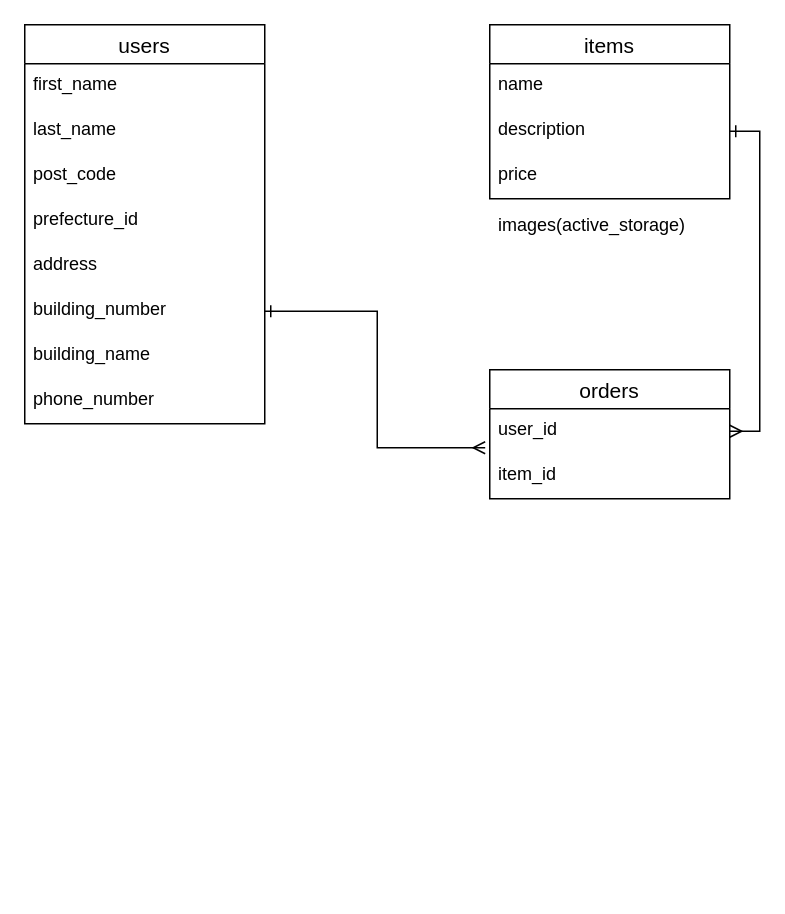
hikaruuuuuu/okurumi-shop keeps this draw.io diagram as db.dio. Above is the earlier version. Source tidied: cells renumbered, new cells numbered last; positions are measured from the earlier drawing's top-left corner, leaving out a move shared by most shapes. Both pictures are drawn from the tidied source at 150%, with x=0, y=0 at pixel (24, 24).
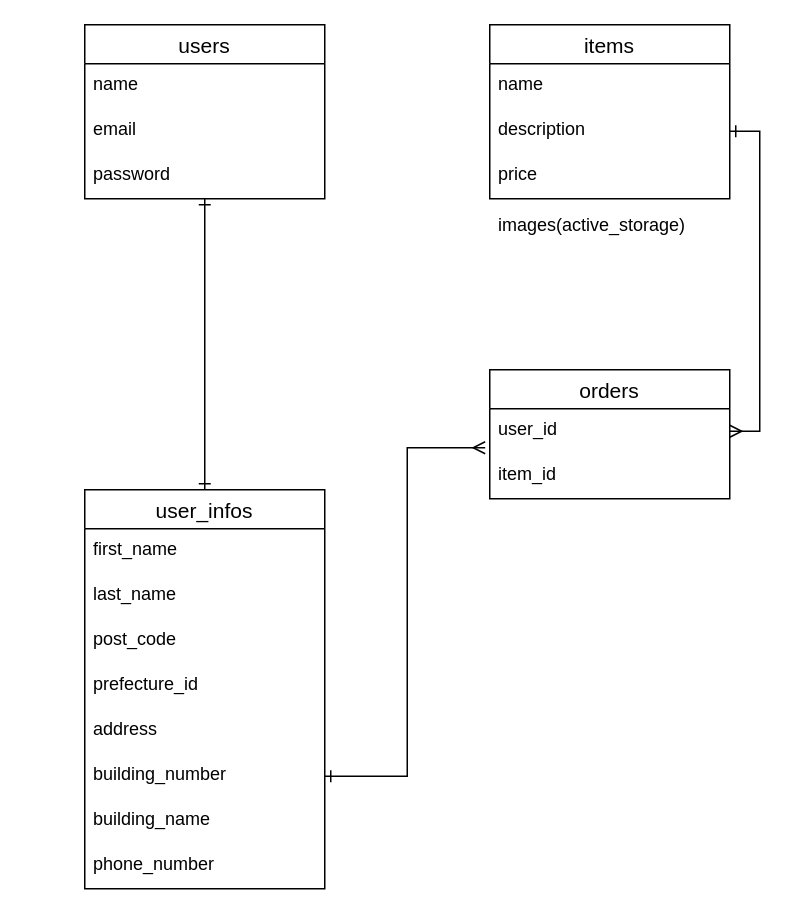
Above is the later version.

The edit, as a diff of the source:
```diff
@@
+    <mxCell id="21" style="edgeStyle=orthogonalEdgeStyle;rounded=0;jettySize=auto;html=1;exitX=0.5;exitY=0;exitDx=0;exitDy=0;entryX=0.5;entryY=1;entryDx=0;entryDy=0;endArrow=ERone;endFill=0;startArrow=ERone;startFill=0;" parent="1" edge="1" source="2" target="22">
+      <mxGeometry relative="1" as="geometry" />
+    </mxCell>
-    <mxCell id="2" value="users" style="swimlane;fontStyle=0;horizontal=1;startSize=26;align=center;fontSize=14;" parent="1" vertex="1">
-      <mxGeometry width="160" height="266" as="geometry" />
+    <mxCell id="2" value="user_infos" style="swimlane;fontStyle=0;horizontal=1;startSize=26;align=center;fontSize=14;" parent="1" vertex="1">
+      <mxGeometry x="40" y="310" width="160" height="266" as="geometry" />
     </mxCell>
@@
+    <mxCell id="22" value="users" style="swimlane;fontStyle=0;horizontal=1;startSize=26;align=center;fontSize=14;" parent="1" vertex="1">
+      <mxGeometry x="40" width="160" height="116" as="geometry" />
+    </mxCell>
+    <mxCell id="23" value="name" style="text;strokeColor=none;fillColor=none;spacingLeft=4;spacingRight=4;overflow=hidden;fontSize=12;" parent="22" vertex="1">
+      <mxGeometry y="26" width="160" height="30" as="geometry" />
+    </mxCell>
+    <mxCell id="24" value="email" style="text;strokeColor=none;fillColor=none;spacingLeft=4;spacingRight=4;overflow=hidden;fontSize=12;" parent="22" vertex="1">
+      <mxGeometry y="56" width="160" height="30" as="geometry" />
+    </mxCell>
+    <mxCell id="25" value="password" style="text;strokeColor=none;fillColor=none;spacingLeft=4;spacingRight=4;overflow=hidden;fontSize=12;" parent="22" vertex="1">
+      <mxGeometry y="86" width="160" height="30" as="geometry" />
+    </mxCell>
```
